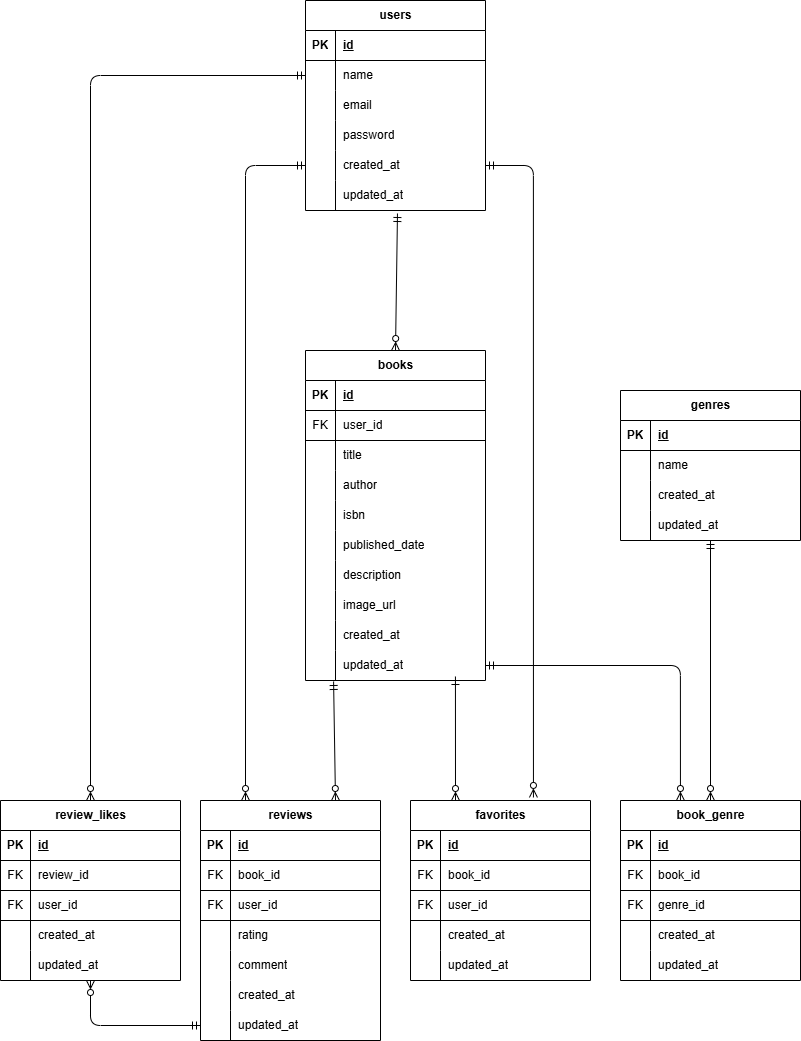
urbexsaku/bookshelf-app keeps this draw.io diagram as erd.drawio.png. Above is the earlier version. Source tidied: cells renumbered, new cells last; positions are measured from the earlier drawing's top-left corner, leaving out a move shared by most shapes.
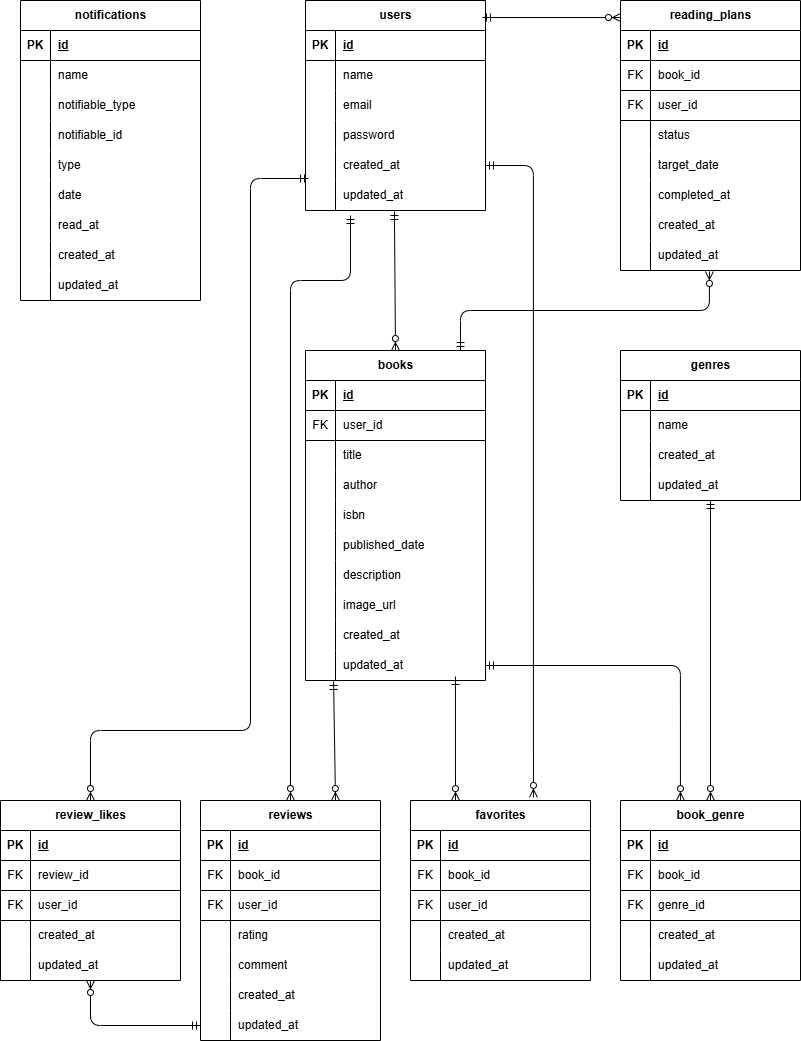
The same diagram one commit later.

Commit message:
修正：追加機能に合わせてER図を更新

The edit, as a diff of the source:
```diff
@@ -126,7 +126,7 @@
       <mxGeometry x="30" width="150" height="30" as="geometry" />
     </mxCell>
     <mxCell id="43" value="genres" style="shape=table;startSize=30;rowLines=0;fontStyle=1;align=center;html=1;" parent="1" vertex="1">
-      <mxGeometry x="620" y="390" width="180" height="150" as="geometry" />
+      <mxGeometry x="620" y="350" width="180" height="150" as="geometry" />
     </mxCell>
     <mxCell id="44" style="shape=tableRow;horizontal=0;startSize=0;swimlaneHead=0;swimlaneBody=0;fillColor=none;top=0;left=0;right=0;bottom=1;" parent="43" vertex="1">
       <mxGeometry y="30" width="180" height="30" as="geometry" />
@@ -401,7 +401,7 @@
     <mxCell id="134" value="updated_at" style="shape=partialRectangle;fillColor=none;top=0;left=0;bottom=0;right=0;align=left;spacingLeft=6;overflow=hidden;whiteSpace=wrap;html=1;" parent="132" vertex="1">
       <mxGeometry x="30" width="150" height="30" as="geometry" />
     </mxCell>
-    <mxCell id="135" style="edgeStyle=none;html=1;exitX=0.511;exitY=1.1;exitDx=0;exitDy=0;endArrow=ERzeroToMany;endFill=0;startArrow=ERmandOne;startFill=0;exitPerimeter=0;entryX=0.5;entryY=0;entryDx=0;entryDy=0;" parent="1" edge="1" source="18" target="56">
+    <mxCell id="135" style="edgeStyle=none;html=1;exitX=0.494;exitY=1.033;exitDx=0;exitDy=0;endArrow=ERzeroToMany;endFill=0;startArrow=ERmandOne;startFill=0;exitPerimeter=0;entryX=0.5;entryY=0;entryDx=0;entryDy=0;" parent="1" edge="1" source="18" target="56">
       <mxGeometry relative="1" as="geometry" />
     </mxCell>
     <mxCell id="136" style="html=1;exitX=0.156;exitY=1.033;exitDx=0;exitDy=0;endArrow=ERzeroToMany;endFill=0;startArrow=ERmandOne;startFill=0;exitPerimeter=0;entryX=0.75;entryY=0;entryDx=0;entryDy=0;" parent="1" edge="1" source="84" target="21">
@@ -413,14 +413,27 @@
     <mxCell id="138" style="edgeStyle=none;html=1;exitX=0.833;exitY=0.867;exitDx=0;exitDy=0;endArrow=ERzeroToMany;endFill=0;startArrow=ERmandOne;startFill=0;entryX=0.25;entryY=0;entryDx=0;entryDy=0;exitPerimeter=0;" parent="1" edge="1" source="84" target="87">
       <mxGeometry relative="1" as="geometry" />
     </mxCell>
-    <mxCell id="139" style="edgeStyle=orthogonalEdgeStyle;html=1;exitX=0;exitY=0.5;exitDx=0;exitDy=0;entryX=0.25;entryY=0;entryDx=0;entryDy=0;startArrow=ERmandOne;startFill=0;endArrow=ERzeroToMany;endFill=0;" parent="1" edge="1" source="15" target="21">
-      <mxGeometry relative="1" as="geometry" />
+    <mxCell id="139" style="edgeStyle=orthogonalEdgeStyle;html=1;exitX=0.25;exitY=1.167;exitDx=0;exitDy=0;startArrow=ERmandOne;startFill=0;endArrow=ERzeroToMany;endFill=0;exitPerimeter=0;" parent="1" edge="1" source="18">
+      <mxGeometry relative="1" as="geometry">
+        <mxPoint x="290" y="800" as="targetPoint" />
+        <Array as="points">
+          <mxPoint x="350" y="280" />
+          <mxPoint x="290" y="280" />
+          <mxPoint x="290" y="800" />
+        </Array>
+      </mxGeometry>
     </mxCell>
     <mxCell id="140" style="edgeStyle=none;html=1;endArrow=ERzeroToMany;endFill=0;startArrow=ERmandOne;startFill=0;entryX=0.5;entryY=0;entryDx=0;entryDy=0;" parent="1" edge="1" source="53" target="119">
       <mxGeometry relative="1" as="geometry" />
     </mxCell>
-    <mxCell id="141" style="edgeStyle=orthogonalEdgeStyle;html=1;exitX=0;exitY=0.5;exitDx=0;exitDy=0;entryX=0.5;entryY=0;entryDx=0;entryDy=0;startArrow=ERmandOne;startFill=0;endArrow=ERzeroToMany;endFill=0;" parent="1" edge="1" source="6" target="103">
-      <mxGeometry relative="1" as="geometry" />
+    <mxCell id="141" style="edgeStyle=orthogonalEdgeStyle;html=1;startArrow=ERmandOne;startFill=0;endArrow=ERzeroToMany;endFill=0;entryX=0.5;entryY=0;entryDx=0;entryDy=0;exitX=0.017;exitY=-0.067;exitDx=0;exitDy=0;exitPerimeter=0;" parent="1" edge="1" source="18" target="103">
+      <mxGeometry relative="1" as="geometry">
+        <Array as="points">
+          <mxPoint x="250" y="178" />
+          <mxPoint x="250" y="730" />
+          <mxPoint x="90" y="730" />
+        </Array>
+      </mxGeometry>
     </mxCell>
     <mxCell id="142" style="edgeStyle=orthogonalEdgeStyle;html=1;exitX=0;exitY=0.5;exitDx=0;exitDy=0;entryX=0.5;entryY=1;entryDx=0;entryDy=0;startArrow=ERmandOne;startFill=0;endArrow=ERzeroToMany;endFill=0;" parent="1" edge="1" source="40" target="103">
       <mxGeometry relative="1" as="geometry" />
@@ -428,5 +441,175 @@
     <mxCell id="143" style="edgeStyle=orthogonalEdgeStyle;html=1;exitX=1;exitY=0.5;exitDx=0;exitDy=0;entryX=0.683;entryY=-0.017;entryDx=0;entryDy=0;entryPerimeter=0;startArrow=ERmandOne;startFill=0;endArrow=ERzeroToMany;endFill=0;" parent="1" edge="1" source="15" target="87">
       <mxGeometry relative="1" as="geometry" />
     </mxCell>
+    <mxCell id="144" value="reading_plans" style="shape=table;startSize=30;rowLines=0;fontStyle=1;align=center;html=1;" parent="1" vertex="1">
+      <mxGeometry x="620" width="180" height="270" as="geometry" />
+    </mxCell>
+    <mxCell id="145" style="shape=tableRow;horizontal=0;startSize=0;swimlaneHead=0;swimlaneBody=0;fillColor=none;top=0;left=0;right=0;bottom=1;" parent="144" vertex="1">
+      <mxGeometry y="30" width="180" height="30" as="geometry" />
+    </mxCell>
+    <mxCell id="146" value="PK" style="shape=partialRectangle;fillColor=none;top=0;left=0;bottom=0;right=0;fontStyle=1;overflow=hidden;whiteSpace=wrap;html=1;" parent="145" vertex="1">
+      <mxGeometry width="30" height="30" as="geometry" />
+    </mxCell>
+    <mxCell id="147" value="id&lt;span style=&quot;white-space: pre;&quot;&gt;&#9;&lt;/span&gt;" style="shape=partialRectangle;fillColor=none;top=0;left=0;bottom=0;right=0;align=left;spacingLeft=6;fontStyle=5;overflow=hidden;whiteSpace=wrap;html=1;" parent="145" vertex="1">
+      <mxGeometry x="30" width="150" height="30" as="geometry" />
+    </mxCell>
+    <mxCell id="148" style="shape=tableRow;horizontal=0;startSize=0;swimlaneHead=0;swimlaneBody=0;fillColor=none;top=0;left=0;right=0;bottom=1;" parent="144" vertex="1">
+      <mxGeometry y="60" width="180" height="30" as="geometry" />
+    </mxCell>
+    <mxCell id="149" value="FK" style="shape=partialRectangle;fillColor=none;top=0;left=0;bottom=0;right=0;fontStyle=0;overflow=hidden;whiteSpace=wrap;html=1;" parent="148" vertex="1">
+      <mxGeometry width="30" height="30" as="geometry" />
+    </mxCell>
+    <mxCell id="150" value="book_id" style="shape=partialRectangle;fillColor=none;top=0;left=0;bottom=0;right=0;align=left;spacingLeft=6;fontStyle=0;overflow=hidden;whiteSpace=wrap;html=1;" parent="148" vertex="1">
+      <mxGeometry x="30" width="150" height="30" as="geometry" />
+    </mxCell>
+    <mxCell id="151" style="shape=tableRow;horizontal=0;startSize=0;swimlaneHead=0;swimlaneBody=0;fillColor=none;top=0;left=0;right=0;bottom=1;" parent="144" vertex="1">
+      <mxGeometry y="90" width="180" height="30" as="geometry" />
+    </mxCell>
+    <mxCell id="152" value="FK" style="shape=partialRectangle;fillColor=none;top=0;left=0;bottom=0;right=0;fontStyle=0;overflow=hidden;whiteSpace=wrap;html=1;" parent="151" vertex="1">
+      <mxGeometry width="30" height="30" as="geometry" />
+    </mxCell>
+    <mxCell id="153" value="user_id" style="shape=partialRectangle;fillColor=none;top=0;left=0;bottom=0;right=0;align=left;spacingLeft=6;fontStyle=0;overflow=hidden;whiteSpace=wrap;html=1;" parent="151" vertex="1">
+      <mxGeometry x="30" width="150" height="30" as="geometry" />
+    </mxCell>
+    <mxCell id="154" style="shape=tableRow;horizontal=0;startSize=0;swimlaneHead=0;swimlaneBody=0;fillColor=none;top=0;left=0;right=0;bottom=0;" parent="144" vertex="1">
+      <mxGeometry y="120" width="180" height="30" as="geometry" />
+    </mxCell>
+    <mxCell id="155" style="shape=partialRectangle;fillColor=none;top=0;left=0;bottom=0;right=0;overflow=hidden;whiteSpace=wrap;html=1;" parent="154" vertex="1">
+      <mxGeometry width="30" height="30" as="geometry" />
+    </mxCell>
+    <mxCell id="156" value="status" style="shape=partialRectangle;fillColor=none;top=0;left=0;bottom=0;right=0;align=left;spacingLeft=6;overflow=hidden;whiteSpace=wrap;html=1;" parent="154" vertex="1">
+      <mxGeometry x="30" width="150" height="30" as="geometry" />
+    </mxCell>
+    <mxCell id="157" style="shape=tableRow;horizontal=0;startSize=0;swimlaneHead=0;swimlaneBody=0;fillColor=none;top=0;left=0;right=0;bottom=0;" parent="144" vertex="1">
+      <mxGeometry y="150" width="180" height="30" as="geometry" />
+    </mxCell>
+    <mxCell id="158" style="shape=partialRectangle;fillColor=none;top=0;left=0;bottom=0;right=0;overflow=hidden;whiteSpace=wrap;html=1;" parent="157" vertex="1">
+      <mxGeometry width="30" height="30" as="geometry" />
+    </mxCell>
+    <mxCell id="159" value="target_date" style="shape=partialRectangle;fillColor=none;top=0;left=0;bottom=0;right=0;align=left;spacingLeft=6;overflow=hidden;whiteSpace=wrap;html=1;" parent="157" vertex="1">
+      <mxGeometry x="30" width="150" height="30" as="geometry" />
+    </mxCell>
+    <mxCell id="160" style="shape=tableRow;horizontal=0;startSize=0;swimlaneHead=0;swimlaneBody=0;fillColor=none;top=0;left=0;right=0;bottom=0;" parent="144" vertex="1">
+      <mxGeometry y="180" width="180" height="30" as="geometry" />
+    </mxCell>
+    <mxCell id="161" style="shape=partialRectangle;fillColor=none;top=0;left=0;bottom=0;right=0;overflow=hidden;whiteSpace=wrap;html=1;" parent="160" vertex="1">
+      <mxGeometry width="30" height="30" as="geometry" />
+    </mxCell>
+    <mxCell id="162" value="completed_at" style="shape=partialRectangle;fillColor=none;top=0;left=0;bottom=0;right=0;align=left;spacingLeft=6;overflow=hidden;whiteSpace=wrap;html=1;" parent="160" vertex="1">
+      <mxGeometry x="30" width="150" height="30" as="geometry" />
+    </mxCell>
+    <mxCell id="163" style="shape=tableRow;horizontal=0;startSize=0;swimlaneHead=0;swimlaneBody=0;fillColor=none;top=0;left=0;right=0;bottom=0;" parent="144" vertex="1">
+      <mxGeometry y="210" width="180" height="30" as="geometry" />
+    </mxCell>
+    <mxCell id="164" style="shape=partialRectangle;fillColor=none;top=0;left=0;bottom=0;right=0;overflow=hidden;whiteSpace=wrap;html=1;" parent="163" vertex="1">
+      <mxGeometry width="30" height="30" as="geometry" />
+    </mxCell>
+    <mxCell id="165" value="created_at" style="shape=partialRectangle;fillColor=none;top=0;left=0;bottom=0;right=0;align=left;spacingLeft=6;overflow=hidden;whiteSpace=wrap;html=1;" parent="163" vertex="1">
+      <mxGeometry x="30" width="150" height="30" as="geometry" />
+    </mxCell>
+    <mxCell id="166" style="shape=tableRow;horizontal=0;startSize=0;swimlaneHead=0;swimlaneBody=0;fillColor=none;points=[[0,0.5],[1,0.5]];portConstraint=eastwest;top=0;left=0;right=0;bottom=0;" parent="144" vertex="1">
+      <mxGeometry y="240" width="180" height="30" as="geometry" />
+    </mxCell>
+    <mxCell id="167" style="shape=partialRectangle;fillColor=none;top=0;left=0;bottom=0;right=0;overflow=hidden;whiteSpace=wrap;html=1;" parent="166" vertex="1">
+      <mxGeometry width="30" height="30" as="geometry" />
+    </mxCell>
+    <mxCell id="168" value="updated_at" style="shape=partialRectangle;fillColor=none;top=0;left=0;bottom=0;right=0;align=left;spacingLeft=6;overflow=hidden;whiteSpace=wrap;html=1;" parent="166" vertex="1">
+      <mxGeometry x="30" width="150" height="30" as="geometry" />
+    </mxCell>
+    <mxCell id="169" style="edgeStyle=none;html=1;endArrow=ERzeroToMany;endFill=0;startArrow=ERmandOne;startFill=0;entryX=0;entryY=0.063;entryDx=0;entryDy=0;entryPerimeter=0;exitX=0.983;exitY=0.081;exitDx=0;exitDy=0;exitPerimeter=0;" parent="1" edge="1" source="2" target="144">
+      <mxGeometry relative="1" as="geometry" />
+    </mxCell>
+    <mxCell id="170" style="edgeStyle=orthogonalEdgeStyle;fontSize=12;html=1;endArrow=ERzeroToMany;startArrow=ERmandOne;entryX=0.494;entryY=1.033;entryDx=0;entryDy=0;entryPerimeter=0;exitX=0.861;exitY=0;exitDx=0;exitDy=0;exitPerimeter=0;endFill=0;" parent="1" edge="1" source="56" target="166">
+      <mxGeometry relative="1" as="geometry">
+        <Array as="points">
+          <mxPoint x="460" y="310" />
+          <mxPoint x="709" y="310" />
+        </Array>
+      </mxGeometry>
+    </mxCell>
+    <mxCell id="171" value="notifications" style="shape=table;startSize=30;rowLines=0;fontStyle=1;align=center;html=1;" parent="1" vertex="1">
+      <mxGeometry x="20" width="180" height="300" as="geometry" />
+    </mxCell>
+    <mxCell id="172" style="shape=tableRow;horizontal=0;startSize=0;swimlaneHead=0;swimlaneBody=0;fillColor=none;top=0;left=0;right=0;bottom=1;" parent="171" vertex="1">
+      <mxGeometry y="30" width="180" height="30" as="geometry" />
+    </mxCell>
+    <mxCell id="173" value="PK" style="shape=partialRectangle;fillColor=none;top=0;left=0;bottom=0;right=0;fontStyle=1;overflow=hidden;whiteSpace=wrap;html=1;" parent="172" vertex="1">
+      <mxGeometry width="30" height="30" as="geometry" />
+    </mxCell>
+    <mxCell id="174" value="id&lt;span style=&quot;white-space: pre;&quot;&gt;&#9;&lt;/span&gt;" style="shape=partialRectangle;fillColor=none;top=0;left=0;bottom=0;right=0;align=left;spacingLeft=6;fontStyle=5;overflow=hidden;whiteSpace=wrap;html=1;" parent="172" vertex="1">
+      <mxGeometry x="30" width="150" height="30" as="geometry" />
+    </mxCell>
+    <mxCell id="175" style="shape=tableRow;horizontal=0;startSize=0;swimlaneHead=0;swimlaneBody=0;fillColor=none;top=0;left=0;right=0;bottom=0;" parent="171" vertex="1">
+      <mxGeometry y="60" width="180" height="30" as="geometry" />
+    </mxCell>
+    <mxCell id="176" style="shape=partialRectangle;fillColor=none;top=0;left=0;bottom=0;right=0;overflow=hidden;whiteSpace=wrap;html=1;" parent="175" vertex="1">
+      <mxGeometry width="30" height="30" as="geometry" />
+    </mxCell>
+    <mxCell id="177" value="name" style="shape=partialRectangle;fillColor=none;top=0;left=0;bottom=0;right=0;align=left;spacingLeft=6;overflow=hidden;whiteSpace=wrap;html=1;" parent="175" vertex="1">
+      <mxGeometry x="30" width="150" height="30" as="geometry" />
+    </mxCell>
+    <mxCell id="178" style="shape=tableRow;horizontal=0;startSize=0;swimlaneHead=0;swimlaneBody=0;fillColor=none;top=0;left=0;right=0;bottom=0;" parent="171" vertex="1">
+      <mxGeometry y="90" width="180" height="30" as="geometry" />
+    </mxCell>
+    <mxCell id="179" style="shape=partialRectangle;fillColor=none;top=0;left=0;bottom=0;right=0;overflow=hidden;whiteSpace=wrap;html=1;" parent="178" vertex="1">
+      <mxGeometry width="30" height="30" as="geometry" />
+    </mxCell>
+    <mxCell id="180" value="notifiable_type" style="shape=partialRectangle;fillColor=none;top=0;left=0;bottom=0;right=0;align=left;spacingLeft=6;overflow=hidden;whiteSpace=wrap;html=1;" parent="178" vertex="1">
+      <mxGeometry x="30" width="150" height="30" as="geometry" />
+    </mxCell>
+    <mxCell id="181" style="shape=tableRow;horizontal=0;startSize=0;swimlaneHead=0;swimlaneBody=0;fillColor=none;top=0;left=0;right=0;bottom=0;" parent="171" vertex="1">
+      <mxGeometry y="120" width="180" height="30" as="geometry" />
+    </mxCell>
+    <mxCell id="182" style="shape=partialRectangle;fillColor=none;top=0;left=0;bottom=0;right=0;overflow=hidden;whiteSpace=wrap;html=1;" parent="181" vertex="1">
+      <mxGeometry width="30" height="30" as="geometry" />
+    </mxCell>
+    <mxCell id="183" value="notifiable_id" style="shape=partialRectangle;fillColor=none;top=0;left=0;bottom=0;right=0;align=left;spacingLeft=6;overflow=hidden;whiteSpace=wrap;html=1;" parent="181" vertex="1">
+      <mxGeometry x="30" width="150" height="30" as="geometry" />
+    </mxCell>
+    <mxCell id="184" style="shape=tableRow;horizontal=0;startSize=0;swimlaneHead=0;swimlaneBody=0;fillColor=none;top=0;left=0;right=0;bottom=0;" parent="171" vertex="1">
+      <mxGeometry y="150" width="180" height="30" as="geometry" />
+    </mxCell>
+    <mxCell id="185" style="shape=partialRectangle;fillColor=none;top=0;left=0;bottom=0;right=0;overflow=hidden;whiteSpace=wrap;html=1;" parent="184" vertex="1">
+      <mxGeometry width="30" height="30" as="geometry" />
+    </mxCell>
+    <mxCell id="186" value="type" style="shape=partialRectangle;fillColor=none;top=0;left=0;bottom=0;right=0;align=left;spacingLeft=6;overflow=hidden;whiteSpace=wrap;html=1;" parent="184" vertex="1">
+      <mxGeometry x="30" width="150" height="30" as="geometry" />
+    </mxCell>
+    <mxCell id="187" style="shape=tableRow;horizontal=0;startSize=0;swimlaneHead=0;swimlaneBody=0;fillColor=none;top=0;left=0;right=0;bottom=0;" parent="171" vertex="1">
+      <mxGeometry y="180" width="180" height="30" as="geometry" />
+    </mxCell>
+    <mxCell id="188" style="shape=partialRectangle;fillColor=none;top=0;left=0;bottom=0;right=0;overflow=hidden;whiteSpace=wrap;html=1;" parent="187" vertex="1">
+      <mxGeometry width="30" height="30" as="geometry" />
+    </mxCell>
+    <mxCell id="189" value="date" style="shape=partialRectangle;fillColor=none;top=0;left=0;bottom=0;right=0;align=left;spacingLeft=6;overflow=hidden;whiteSpace=wrap;html=1;" parent="187" vertex="1">
+      <mxGeometry x="30" width="150" height="30" as="geometry" />
+    </mxCell>
+    <mxCell id="190" style="shape=tableRow;horizontal=0;startSize=0;swimlaneHead=0;swimlaneBody=0;fillColor=none;top=0;left=0;right=0;bottom=0;" parent="171" vertex="1">
+      <mxGeometry y="210" width="180" height="30" as="geometry" />
+    </mxCell>
+    <mxCell id="191" style="shape=partialRectangle;fillColor=none;top=0;left=0;bottom=0;right=0;overflow=hidden;whiteSpace=wrap;html=1;" parent="190" vertex="1">
+      <mxGeometry width="30" height="30" as="geometry" />
+    </mxCell>
+    <mxCell id="192" value="read_at" style="shape=partialRectangle;fillColor=none;top=0;left=0;bottom=0;right=0;align=left;spacingLeft=6;overflow=hidden;whiteSpace=wrap;html=1;" parent="190" vertex="1">
+      <mxGeometry x="30" width="150" height="30" as="geometry" />
+    </mxCell>
+    <mxCell id="193" style="shape=tableRow;horizontal=0;startSize=0;swimlaneHead=0;swimlaneBody=0;fillColor=none;top=0;left=0;right=0;bottom=0;" parent="171" vertex="1">
+      <mxGeometry y="240" width="180" height="30" as="geometry" />
+    </mxCell>
+    <mxCell id="194" style="shape=partialRectangle;fillColor=none;top=0;left=0;bottom=0;right=0;overflow=hidden;whiteSpace=wrap;html=1;" parent="193" vertex="1">
+      <mxGeometry width="30" height="30" as="geometry" />
+    </mxCell>
+    <mxCell id="195" value="created_at" style="shape=partialRectangle;fillColor=none;top=0;left=0;bottom=0;right=0;align=left;spacingLeft=6;overflow=hidden;whiteSpace=wrap;html=1;" parent="193" vertex="1">
+      <mxGeometry x="30" width="150" height="30" as="geometry" />
+    </mxCell>
+    <mxCell id="196" style="shape=tableRow;horizontal=0;startSize=0;swimlaneHead=0;swimlaneBody=0;fillColor=none;top=0;left=0;right=0;bottom=0;" parent="171" vertex="1">
+      <mxGeometry y="270" width="180" height="30" as="geometry" />
+    </mxCell>
+    <mxCell id="197" style="shape=partialRectangle;fillColor=none;top=0;left=0;bottom=0;right=0;overflow=hidden;whiteSpace=wrap;html=1;" parent="196" vertex="1">
+      <mxGeometry width="30" height="30" as="geometry" />
+    </mxCell>
+    <mxCell id="198" value="updated_at" style="shape=partialRectangle;fillColor=none;top=0;left=0;bottom=0;right=0;align=left;spacingLeft=6;overflow=hidden;whiteSpace=wrap;html=1;" parent="196" vertex="1">
+      <mxGeometry x="30" width="150" height="30" as="geometry" />
+    </mxCell>
   </root>
 </mxGraphModel>
```
